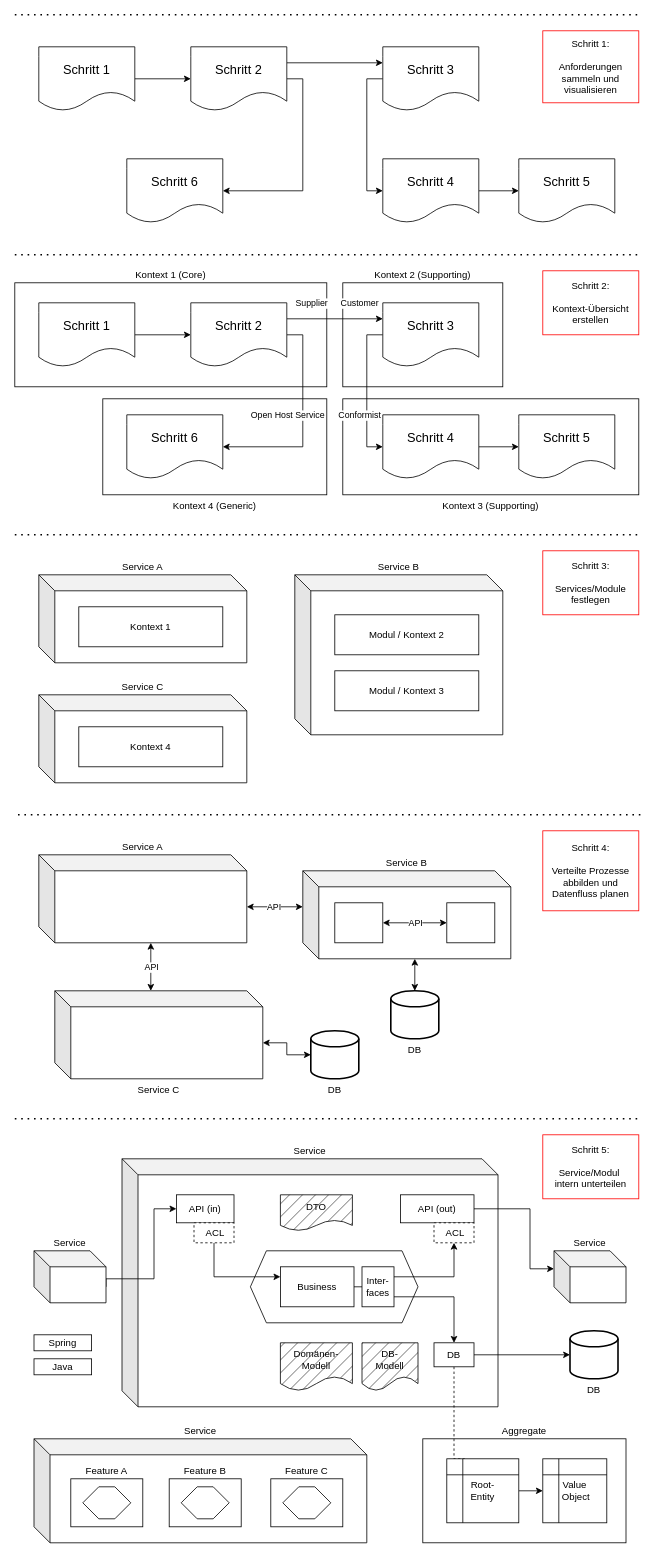
coc-university/software-architecture-guide keeps this draw.io diagram as images/project-architecture-guide.drawio. Above is the earlier version. Source tidied: cells renumbered, new cells numbered last; positions are measured from the earlier drawing's top-left corner, leaving out a move shared by most shapes. Both pictures are drawn from the tidied source at 80%, with x=0, y=0 at pixel (14, 14).
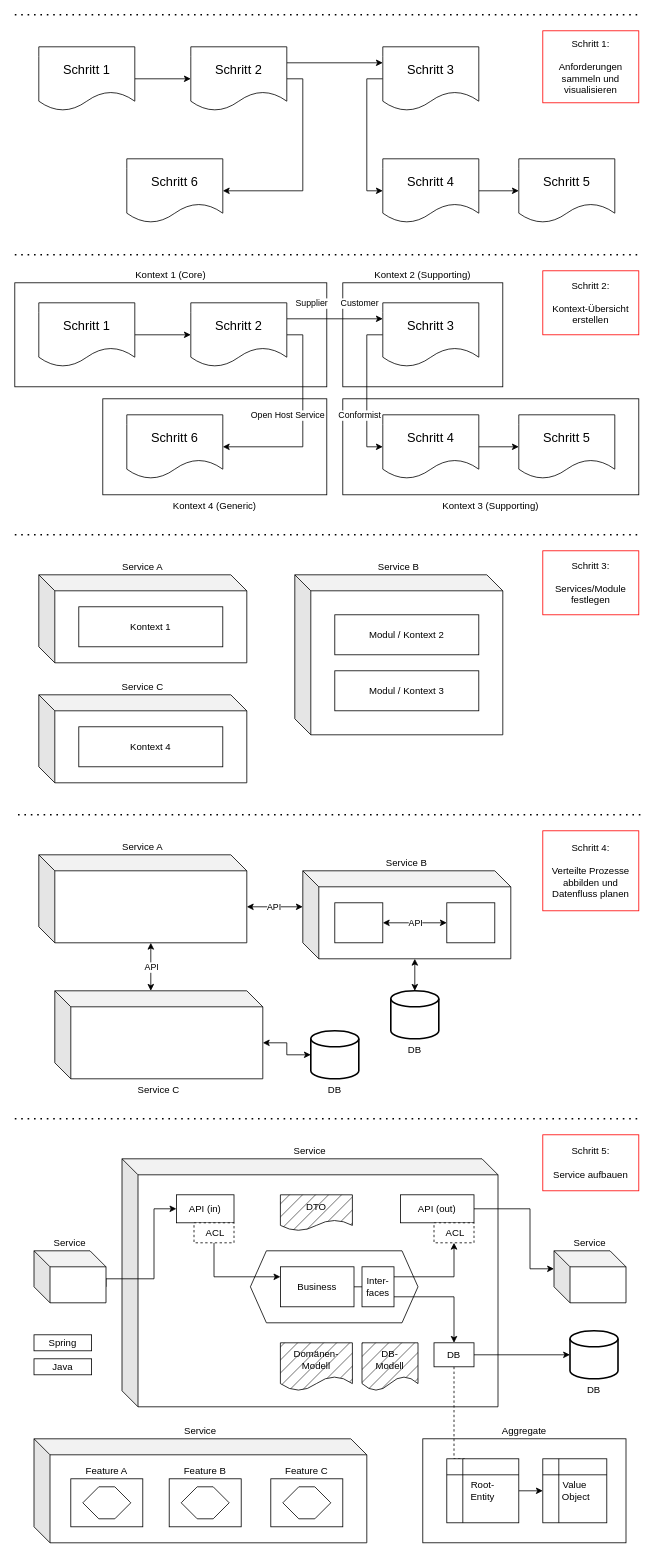
The same page after the edit.

Diff of the diagram source:
```diff
@@
-    <mxCell id="61" value="&lt;div&gt;Schritt 5:&lt;/div&gt;&lt;div&gt;&lt;br&gt;&lt;/div&gt;Service/Modul&amp;nbsp;&lt;div&gt;intern unterteilen&lt;/div&gt;" style="rounded=0;whiteSpace=wrap;html=1;strokeColor=#FF0000;" parent="1" vertex="1">
-      <mxGeometry x="660" y="1400" width="120" height="80" as="geometry" />
+    <mxCell id="61" value="&lt;div&gt;Schritt 5:&lt;/div&gt;&lt;div&gt;&lt;br&gt;&lt;/div&gt;Service aufbauen" style="rounded=0;whiteSpace=wrap;html=1;strokeColor=#FF0000;" parent="1" vertex="1">
+      <mxGeometry x="660" y="1400" width="120" height="70" as="geometry" />
     </mxCell>
```
